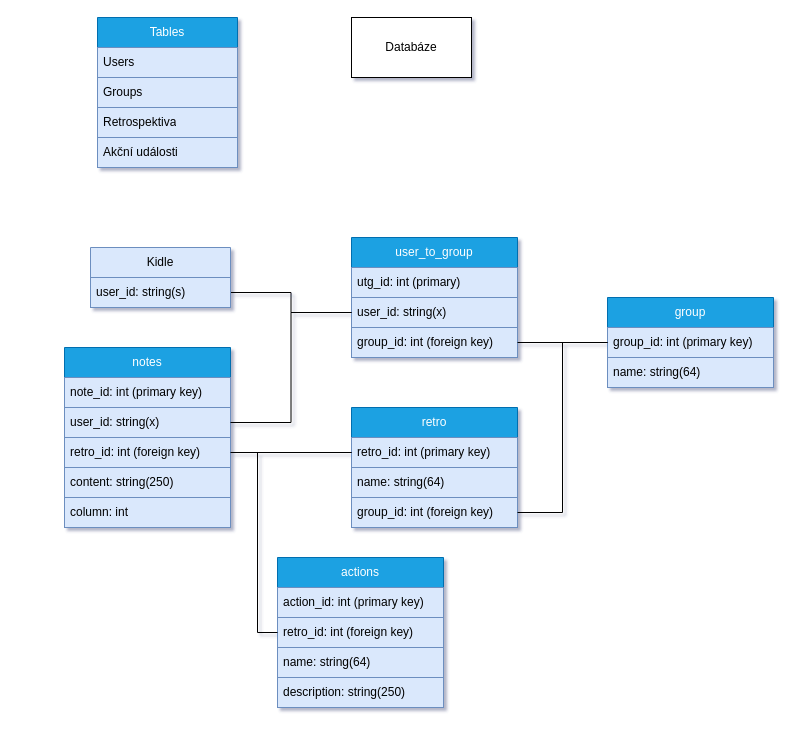
Before: backend/app/database/schemes/Praeterium.drawio in ProjNull/Praeteritum, a draw.io diagram. Source tidied: cells renumbered, new cells numbered last; positions are measured from the earlier drawing's top-left corner, leaving out a move shared by most shapes. Both pictures are drawn from the tidied source at 100%, with x=0, y=0 at pixel (64, 17).
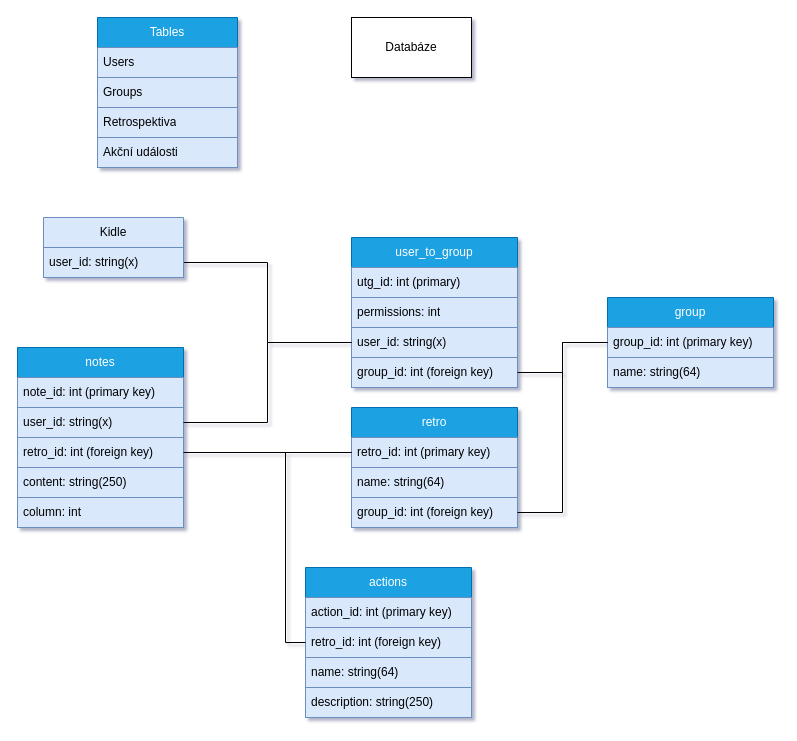
Above is the later version.

Change to the diagram source:
```diff
@@
     <mxCell id="8" value="user_to_group" style="swimlane;fontStyle=0;horizontal=1;startSize=30;whiteSpace=wrap;html=1;fillColor=#1ba1e2;fontColor=#ffffff;strokeColor=#006EAF;" parent="1" vertex="1">
-      <mxGeometry x="287" y="220" width="166" height="120" as="geometry" />
+      <mxGeometry x="287" y="220" width="166" height="150" as="geometry" />
     </mxCell>
@@
+    <mxCell id="38" value="permissions: int" style="text;strokeColor=#6c8ebf;fillColor=#dae8fc;align=left;verticalAlign=middle;spacingLeft=4;spacingRight=4;overflow=hidden;whiteSpace=wrap;html=1;" parent="8" vertex="1">
+      <mxGeometry y="60" width="166" height="30" as="geometry" />
+    </mxCell>
     <mxCell id="10" value="user_id: string(x)" style="text;strokeColor=#6c8ebf;fillColor=#dae8fc;align=left;verticalAlign=middle;spacingLeft=4;spacingRight=4;overflow=hidden;points=[[0,0.5],[1,0.5]];portConstraint=eastwest;whiteSpace=wrap;html=1;" parent="8" vertex="1">
-      <mxGeometry y="60" width="166" height="30" as="geometry" />
+      <mxGeometry y="90" width="166" height="30" as="geometry" />
     </mxCell>
     <mxCell id="11" value="group_id: int (foreign key)" style="text;strokeColor=#6c8ebf;fillColor=#dae8fc;align=left;verticalAlign=middle;spacingLeft=4;spacingRight=4;overflow=hidden;points=[[0,0.5],[1,0.5]];portConstraint=eastwest;whiteSpace=wrap;html=1;" parent="8" vertex="1">
-      <mxGeometry y="90" width="166" height="30" as="geometry" />
+      <mxGeometry y="120" width="166" height="30" as="geometry" />
     </mxCell>
@@
     <mxCell id="17" value="actions" style="swimlane;fontStyle=0;horizontal=1;startSize=30;whiteSpace=wrap;html=1;fillColor=#1ba1e2;fontColor=#ffffff;strokeColor=#006EAF;" parent="1" vertex="1">
-      <mxGeometry x="213" y="540" width="166" height="150" as="geometry" />
+      <mxGeometry x="241" y="550" width="166" height="150" as="geometry" />
     </mxCell>
@@
     <mxCell id="28" value="notes" style="swimlane;fontStyle=0;horizontal=1;startSize=30;whiteSpace=wrap;html=1;fillColor=#1ba1e2;fontColor=#ffffff;strokeColor=#006EAF;" parent="1" vertex="1">
-      <mxGeometry y="330" width="166" height="180" as="geometry" />
+      <mxGeometry x="-47" y="330" width="166" height="180" as="geometry" />
     </mxCell>
@@
     <mxCell id="35" value="Kidle" style="swimlane;fontStyle=0;horizontal=1;startSize=30;whiteSpace=wrap;html=1;fillColor=#dae8fc;strokeColor=#6c8ebf;" parent="1" vertex="1">
-      <mxGeometry x="26" y="230" width="140" height="60" as="geometry" />
+      <mxGeometry x="-21" y="200" width="140" height="60" as="geometry" />
     </mxCell>
-    <mxCell id="36" value="&lt;span style=&quot;text-align: center;&quot;&gt;user_id: string(s)&lt;/span&gt;" style="text;strokeColor=#6c8ebf;fillColor=#dae8fc;align=left;verticalAlign=middle;spacingLeft=4;spacingRight=4;overflow=hidden;points=[[0,0.5],[1,0.5]];portConstraint=eastwest;whiteSpace=wrap;html=1;" parent="35" vertex="1">
+    <mxCell id="36" value="&lt;span style=&quot;text-align: center;&quot;&gt;user_id: string(x)&lt;/span&gt;" style="text;strokeColor=#6c8ebf;fillColor=#dae8fc;align=left;verticalAlign=middle;spacingLeft=4;spacingRight=4;overflow=hidden;points=[[0,0.5],[1,0.5]];portConstraint=eastwest;whiteSpace=wrap;html=1;" parent="35" vertex="1">
       <mxGeometry y="30" width="140" height="30" as="geometry" />
     </mxCell>
```
